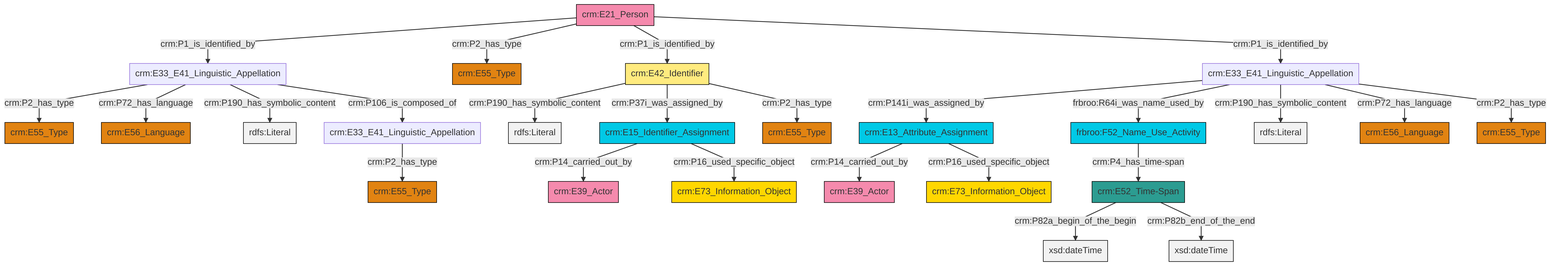
Before: et/personCSV/ttl/mmd/png/Person_Names_and_Classification.png, a diagram exported from Mermaid (swiss-art-research-net/docs.swissartresearch). Its source is kept beside it as et/personCSV/ttl/mmd/Person_Names_and_Classification.ttl.mmd.
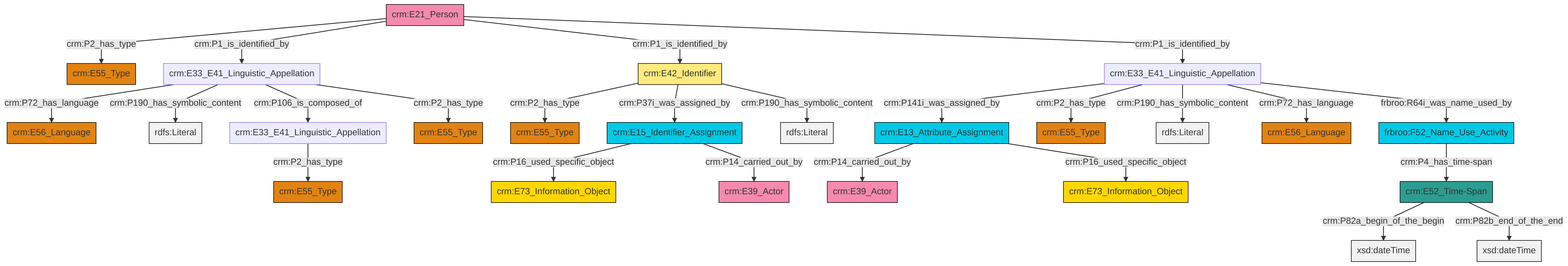
The same diagram one commit later.

Change to the diagram source:
```diff
@@ -13,27 +13,27 @@
 classDef PC_Classes fill:#4ce600, stroke:#000000;
 classDef Multi fill:#cccccc,stroke:#000000;
 
-0["crm:E42_Identifier"]:::Appellation -->|crm:P190_has_symbolic_content| 1[rdfs:Literal]:::Literal
-6["crm:E33_E41_Linguistic_Appellation"]:::Default -->|crm:P141i_was_assigned_by| 7["crm:E13_Attribute_Assignment"]:::Temporal_Entity
-8["crm:E52_Time-Span"]:::Time-Span -->|crm:P82a_begin_of_the_begin| 9[xsd:dateTime]:::Literal
-11["crm:E21_Person"]:::Actor -->|crm:P1_is_identified_by| 12["crm:E33_E41_Linguistic_Appellation"]:::Default
-12["crm:E33_E41_Linguistic_Appellation"]:::Default -->|crm:P2_has_type| 13["crm:E55_Type"]:::Type
-6["crm:E33_E41_Linguistic_Appellation"]:::Default -->|frbroo:R64i_was_name_used_by| 4["frbroo:F52_Name_Use_Activity"]:::Temporal_Entity
-12["crm:E33_E41_Linguistic_Appellation"]:::Default -->|crm:P72_has_language| 14["crm:E56_Language"]:::Type
-11["crm:E21_Person"]:::Actor -->|crm:P2_has_type| 16["crm:E55_Type"]:::Type
-4["frbroo:F52_Name_Use_Activity"]:::Temporal_Entity -->|crm:P4_has_time-span| 8["crm:E52_Time-Span"]:::Time-Span
-11["crm:E21_Person"]:::Actor -->|crm:P1_is_identified_by| 0["crm:E42_Identifier"]:::Appellation
-0["crm:E42_Identifier"]:::Appellation -->|crm:P37i_was_assigned_by| 20["crm:E15_Identifier_Assignment"]:::Temporal_Entity
-0["crm:E42_Identifier"]:::Appellation -->|crm:P2_has_type| 17["crm:E55_Type"]:::Type
-20["crm:E15_Identifier_Assignment"]:::Temporal_Entity -->|crm:P14_carried_out_by| 27["crm:E39_Actor"]:::Actor
-7["crm:E13_Attribute_Assignment"]:::Temporal_Entity -->|crm:P14_carried_out_by| 25["crm:E39_Actor"]:::Actor
-6["crm:E33_E41_Linguistic_Appellation"]:::Default -->|crm:P190_has_symbolic_content| 36[rdfs:Literal]:::Literal
-6["crm:E33_E41_Linguistic_Appellation"]:::Default -->|crm:P72_has_language| 32["crm:E56_Language"]:::Type
-11["crm:E21_Person"]:::Actor -->|crm:P1_is_identified_by| 6["crm:E33_E41_Linguistic_Appellation"]:::Default
-12["crm:E33_E41_Linguistic_Appellation"]:::Default -->|crm:P190_has_symbolic_content| 40[rdfs:Literal]:::Literal
-7["crm:E13_Attribute_Assignment"]:::Temporal_Entity -->|crm:P16_used_specific_object| 41["crm:E73_Information_Object"]:::Conceptual_Object
-12["crm:E33_E41_Linguistic_Appellation"]:::Default -->|crm:P106_is_composed_of| 2["crm:E33_E41_Linguistic_Appellation"]:::Default
-20["crm:E15_Identifier_Assignment"]:::Temporal_Entity -->|crm:P16_used_specific_object| 22["crm:E73_Information_Object"]:::Conceptual_Object
-8["crm:E52_Time-Span"]:::Time-Span -->|crm:P82b_end_of_the_end| 45[xsd:dateTime]:::Literal
-2["crm:E33_E41_Linguistic_Appellation"]:::Default -->|crm:P2_has_type| 38["crm:E55_Type"]:::Type
-6["crm:E33_E41_Linguistic_Appellation"]:::Default -->|crm:P2_has_type| 29["crm:E55_Type"]:::Type
+0["crm:E21_Person"]:::Actor -->|crm:P2_has_type| 1["crm:E55_Type"]:::Type
+2["crm:E52_Time-Span"]:::Time-Span -->|crm:P82a_begin_of_the_begin| 3[xsd:dateTime]:::Literal
+6["crm:E33_E41_Linguistic_Appellation"]:::Default -->|crm:P72_has_language| 7["crm:E56_Language"]:::Type
+8["crm:E33_E41_Linguistic_Appellation"]:::Default -->|crm:P2_has_type| 10["crm:E55_Type"]:::Type
+12["crm:E13_Attribute_Assignment"]:::Temporal_Entity -->|crm:P14_carried_out_by| 13["crm:E39_Actor"]:::Actor
+16["crm:E33_E41_Linguistic_Appellation"]:::Default -->|crm:P141i_was_assigned_by| 12["crm:E13_Attribute_Assignment"]:::Temporal_Entity
+12["crm:E13_Attribute_Assignment"]:::Temporal_Entity -->|crm:P16_used_specific_object| 17["crm:E73_Information_Object"]:::Conceptual_Object
+0["crm:E21_Person"]:::Actor -->|crm:P1_is_identified_by| 6["crm:E33_E41_Linguistic_Appellation"]:::Default
+16["crm:E33_E41_Linguistic_Appellation"]:::Default -->|crm:P2_has_type| 22["crm:E55_Type"]:::Type
+26["crm:E42_Identifier"]:::Appellation -->|crm:P2_has_type| 4["crm:E55_Type"]:::Type
+6["crm:E33_E41_Linguistic_Appellation"]:::Default -->|crm:P190_has_symbolic_content| 28[rdfs:Literal]:::Literal
+16["crm:E33_E41_Linguistic_Appellation"]:::Default -->|crm:P190_has_symbolic_content| 31[rdfs:Literal]:::Literal
+6["crm:E33_E41_Linguistic_Appellation"]:::Default -->|crm:P106_is_composed_of| 8["crm:E33_E41_Linguistic_Appellation"]:::Default
+35["frbroo:F52_Name_Use_Activity"]:::Temporal_Entity -->|crm:P4_has_time-span| 2["crm:E52_Time-Span"]:::Time-Span
+0["crm:E21_Person"]:::Actor -->|crm:P1_is_identified_by| 26["crm:E42_Identifier"]:::Appellation
+26["crm:E42_Identifier"]:::Appellation -->|crm:P37i_was_assigned_by| 29["crm:E15_Identifier_Assignment"]:::Temporal_Entity
+29["crm:E15_Identifier_Assignment"]:::Temporal_Entity -->|crm:P16_used_specific_object| 14["crm:E73_Information_Object"]:::Conceptual_Object
+0["crm:E21_Person"]:::Actor -->|crm:P1_is_identified_by| 16["crm:E33_E41_Linguistic_Appellation"]:::Default
+16["crm:E33_E41_Linguistic_Appellation"]:::Default -->|crm:P72_has_language| 41["crm:E56_Language"]:::Type
+6["crm:E33_E41_Linguistic_Appellation"]:::Default -->|crm:P2_has_type| 33["crm:E55_Type"]:::Type
+16["crm:E33_E41_Linguistic_Appellation"]:::Default -->|frbroo:R64i_was_name_used_by| 35["frbroo:F52_Name_Use_Activity"]:::Temporal_Entity
+29["crm:E15_Identifier_Assignment"]:::Temporal_Entity -->|crm:P14_carried_out_by| 23["crm:E39_Actor"]:::Actor
+2["crm:E52_Time-Span"]:::Time-Span -->|crm:P82b_end_of_the_end| 43[xsd:dateTime]:::Literal
+26["crm:E42_Identifier"]:::Appellation -->|crm:P190_has_symbolic_content| 44[rdfs:Literal]:::Literal
```
